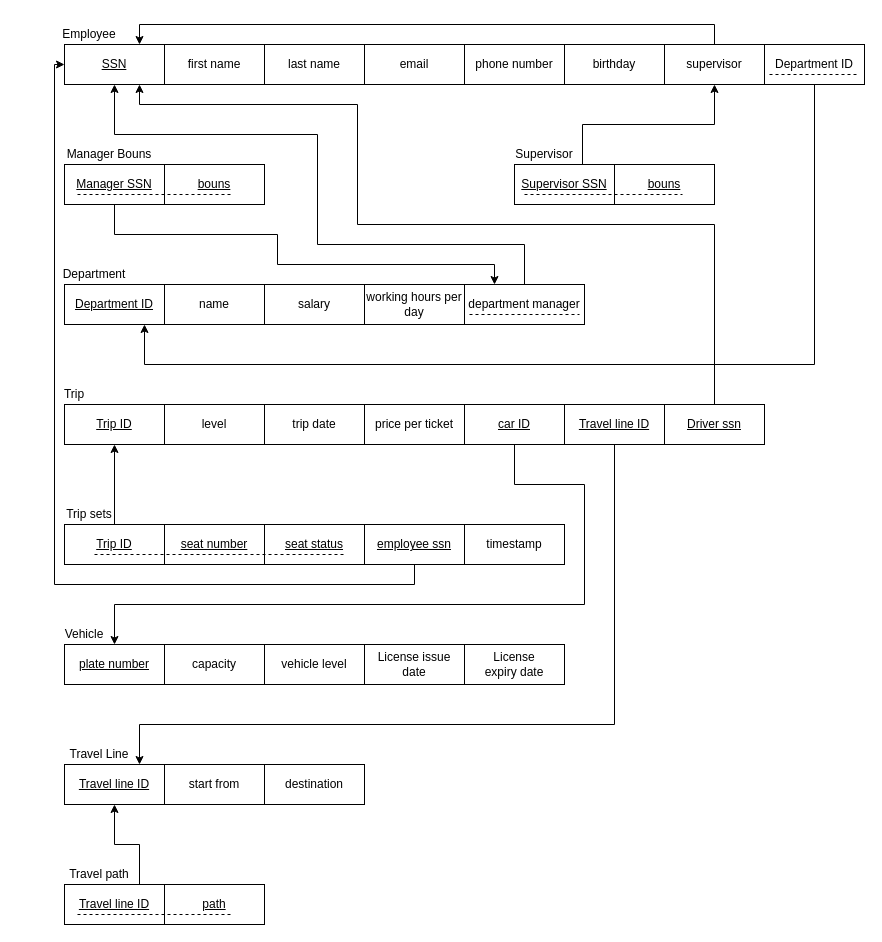
This is page "Mapping" (2 of 3) of document/database design new.drawio from Marwan-Mamdouh/transportation-company-management-system, a draw.io file, before an edit. Source tidied: cells renumbered, new cells numbered last; positions are measured from the earlier drawing's top-left corner, leaving out a move shared by most shapes. Both pictures are drawn from the tidied source at 100%, with x=0, y=0 at pixel (54, 24).
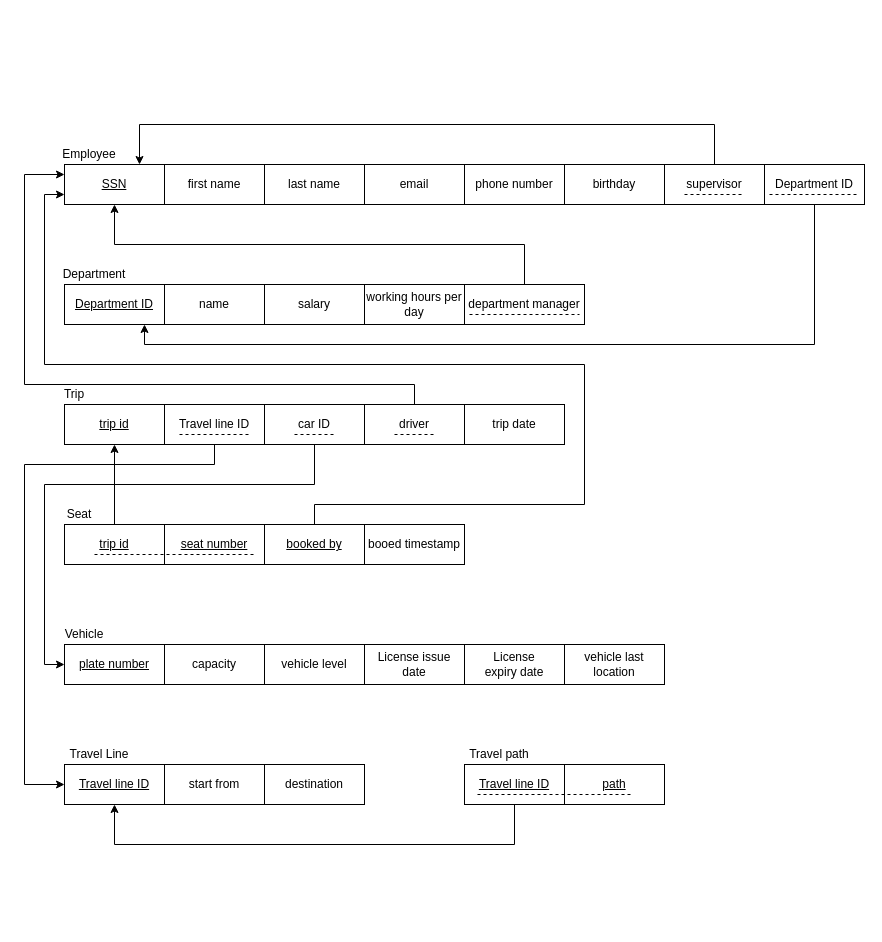
Above is the later version.

The change refers to these unchanged cells:
```xml
<mxCell id="13" value="Department ID" style="whiteSpace=wrap;html=1;align=center;fontStyle=4;" parent="1" vertex="1">
  <mxGeometry x="10" y="260" width="100" height="40" as="geometry" />
</mxCell>
<mxCell id="18" value="department manager" style="whiteSpace=wrap;html=1;align=center;" parent="1" vertex="1">
  <mxGeometry x="410" y="260" width="120" height="40" as="geometry" />
</mxCell>
<mxCell id="29" value="Travel line ID" style="whiteSpace=wrap;html=1;align=center;fontStyle=4;" parent="1" vertex="1">
  <mxGeometry x="10" y="740" width="100" height="40" as="geometry" />
</mxCell>
<mxCell id="53" value="&lt;u&gt;plate number&lt;/u&gt;" style="whiteSpace=wrap;html=1;align=center;" parent="1" vertex="1">
  <mxGeometry x="10" y="620" width="100" height="40" as="geometry" />
</mxCell>
```

Change to the diagram source:
```diff
@@
     <mxCell id="2" value="SSN" style="whiteSpace=wrap;html=1;align=center;fontStyle=4;" parent="1" vertex="1">
-      <mxGeometry x="10" y="20" width="100" height="40" as="geometry" />
+      <mxGeometry x="10" y="140" width="100" height="40" as="geometry" />
     </mxCell>
     <mxCell id="3" value="first name" style="whiteSpace=wrap;html=1;align=center;" parent="1" vertex="1">
-      <mxGeometry x="110" y="20" width="100" height="40" as="geometry" />
+      <mxGeometry x="110" y="140" width="100" height="40" as="geometry" />
     </mxCell>
     <mxCell id="4" value="last name" style="whiteSpace=wrap;html=1;align=center;" parent="1" vertex="1">
-      <mxGeometry x="210" y="20" width="100" height="40" as="geometry" />
+      <mxGeometry x="210" y="140" width="100" height="40" as="geometry" />
     </mxCell>
     <mxCell id="5" value="email" style="whiteSpace=wrap;html=1;align=center;" parent="1" vertex="1">
-      <mxGeometry x="310" y="20" width="100" height="40" as="geometry" />
+      <mxGeometry x="310" y="140" width="100" height="40" as="geometry" />
     </mxCell>
     <mxCell id="6" value="phone number" style="whiteSpace=wrap;html=1;align=center;" parent="1" vertex="1">
-      <mxGeometry x="410" y="20" width="100" height="40" as="geometry" />
+      <mxGeometry x="410" y="140" width="100" height="40" as="geometry" />
     </mxCell>
     <mxCell id="7" value="birthday" style="whiteSpace=wrap;html=1;align=center;" parent="1" vertex="1">
-      <mxGeometry x="510" y="20" width="100" height="40" as="geometry" />
+      <mxGeometry x="510" y="140" width="100" height="40" as="geometry" />
     </mxCell>
     <mxCell id="8" value="Employee" style="text;html=1;align=center;verticalAlign=middle;whiteSpace=wrap;rounded=0;" parent="1" vertex="1">
-      <mxGeometry x="10" width="50" height="20" as="geometry" />
+      <mxGeometry x="10" y="120" width="50" height="20" as="geometry" />
     </mxCell>
     <mxCell id="9" style="edgeStyle=orthogonalEdgeStyle;rounded=0;jettySize=auto;html=1;entryX=0.75;entryY=0;entryDx=0;entryDy=0;" parent="1" edge="1" source="10" target="2">
       <mxGeometry relative="1" as="geometry">
         <Array as="points">
-          <mxPoint x="660" />
-          <mxPoint x="85" />
+          <mxPoint x="660" y="100" />
+          <mxPoint x="85" y="100" />
         </Array>
       </mxGeometry>
     </mxCell>
     <mxCell id="10" value="supervisor" style="whiteSpace=wrap;html=1;align=center;" parent="1" vertex="1">
-      <mxGeometry x="610" y="20" width="100" height="40" as="geometry" />
+      <mxGeometry x="610" y="140" width="100" height="40" as="geometry" />
     </mxCell>
     <mxCell id="11" style="edgeStyle=orthogonalEdgeStyle;rounded=0;jettySize=auto;html=1;" parent="1" edge="1" source="12" target="13">
       <mxGeometry relative="1" as="geometry">
         <Array as="points">
-          <mxPoint x="760" y="340" />
-          <mxPoint x="90" y="340" />
+          <mxPoint x="760" y="320" />
+          <mxPoint x="90" y="320" />
         </Array>
       </mxGeometry>
     </mxCell>
     <mxCell id="12" value="Department ID" style="whiteSpace=wrap;html=1;align=center;" parent="1" vertex="1">
-      <mxGeometry x="710" y="20" width="100" height="40" as="geometry" />
+      <mxGeometry x="710" y="140" width="100" height="40" as="geometry" />
     </mxCell>
@@
     <mxCell id="17" style="edgeStyle=orthogonalEdgeStyle;rounded=0;jettySize=auto;html=1;" parent="1" edge="1" source="18">
       <mxGeometry relative="1" as="geometry">
-        <mxPoint x="60" y="60" as="targetPoint" />
+        <mxPoint x="60" y="180" as="targetPoint" />
         <Array as="points">
           <mxPoint x="470" y="220" />
-          <mxPoint x="263" y="220" />
-          <mxPoint x="263" y="110" />
-          <mxPoint x="60" y="110" />
+          <mxPoint x="60" y="220" />
         </Array>
       </mxGeometry>
     </mxCell>
@@
-    <mxCell id="20" value="Trip ID" style="whiteSpace=wrap;html=1;align=center;fontStyle=4;" parent="1" vertex="1">
-      <mxGeometry x="10" y="380" width="100" height="40" as="geometry" />
-    </mxCell>
-    <mxCell id="21" value="level" style="whiteSpace=wrap;html=1;align=center;" parent="1" vertex="1">
-      <mxGeometry x="110" y="380" width="100" height="40" as="geometry" />
-    </mxCell>
-    <mxCell id="22" value="trip date" style="whiteSpace=wrap;html=1;align=center;" parent="1" vertex="1">
-      <mxGeometry x="210" y="380" width="100" height="40" as="geometry" />
-    </mxCell>
@@
     <mxCell id="32" value="&lt;u&gt;path&lt;/u&gt;" style="whiteSpace=wrap;html=1;align=center;" parent="1" vertex="1">
-      <mxGeometry x="110" y="860" width="100" height="40" as="geometry" />
+      <mxGeometry x="510" y="740" width="100" height="40" as="geometry" />
     </mxCell>
@@
-    <mxCell id="34" style="edgeStyle=orthogonalEdgeStyle;rounded=0;jettySize=auto;html=1;exitX=0.75;exitY=0;exitDx=0;exitDy=0;entryX=0.5;entryY=1;entryDx=0;entryDy=0;" parent="1" edge="1" source="35" target="10">
-      <mxGeometry relative="1" as="geometry">
-        <Array as="points">
-          <mxPoint x="528" y="140" />
-          <mxPoint x="528" y="100" />
-          <mxPoint x="660" y="100" />
-        </Array>
-      </mxGeometry>
-    </mxCell>
-    <mxCell id="35" value="Supervisor SSN" style="whiteSpace=wrap;html=1;align=center;fontStyle=4;" parent="1" vertex="1">
-      <mxGeometry x="460" y="140" width="100" height="40" as="geometry" />
-    </mxCell>
-    <mxCell id="36" value="&lt;u&gt;bouns&lt;/u&gt;" style="whiteSpace=wrap;html=1;align=center;" parent="1" vertex="1">
-      <mxGeometry x="560" y="140" width="100" height="40" as="geometry" />
-    </mxCell>
-    <mxCell id="37" value="Supervisor" style="text;html=1;align=center;verticalAlign=middle;whiteSpace=wrap;rounded=0;" parent="1" vertex="1">
-      <mxGeometry x="460" y="120" width="60" height="20" as="geometry" />
-    </mxCell>
-    <mxCell id="38" style="edgeStyle=orthogonalEdgeStyle;rounded=0;jettySize=auto;html=1;entryX=0.25;entryY=0;entryDx=0;entryDy=0;" parent="1" edge="1" source="39" target="18">
-      <mxGeometry relative="1" as="geometry">
-        <Array as="points">
-          <mxPoint x="60" y="210" />
-          <mxPoint x="223" y="210" />
-          <mxPoint x="223" y="240" />
-          <mxPoint x="440" y="240" />
-        </Array>
-      </mxGeometry>
-    </mxCell>
-    <mxCell id="39" value="Manager SSN" style="whiteSpace=wrap;html=1;align=center;fontStyle=4;" parent="1" vertex="1">
-      <mxGeometry x="10" y="140" width="100" height="40" as="geometry" />
-    </mxCell>
-    <mxCell id="40" value="&lt;u&gt;bouns&lt;/u&gt;" style="whiteSpace=wrap;html=1;align=center;" parent="1" vertex="1">
-      <mxGeometry x="110" y="140" width="100" height="40" as="geometry" />
-    </mxCell>
-    <mxCell id="41" value="Manager Bouns" style="text;html=1;align=center;verticalAlign=middle;whiteSpace=wrap;rounded=0;" parent="1" vertex="1">
-      <mxGeometry x="10" y="120" width="90" height="20" as="geometry" />
-    </mxCell>
-    <mxCell id="42" style="edgeStyle=orthogonalEdgeStyle;rounded=0;jettySize=auto;html=1;entryX=0.5;entryY=0;entryDx=0;entryDy=0;" parent="1" edge="1" source="43" target="53">
+    <mxCell id="42" style="edgeStyle=orthogonalEdgeStyle;rounded=0;jettySize=auto;html=1;entryX=0;entryY=0.5;entryDx=0;entryDy=0;exitX=0.5;exitY=1;exitDx=0;exitDy=0;" parent="1" edge="1" source="43" target="53">
       <mxGeometry relative="1" as="geometry">
         <Array as="points">
-          <mxPoint x="460" y="460" />
-          <mxPoint x="530" y="460" />
-          <mxPoint x="530" y="580" />
-          <mxPoint x="60" y="580" />
+          <mxPoint x="260" y="460" />
+          <mxPoint x="-10" y="460" />
+          <mxPoint x="-10" y="640" />
         </Array>
       </mxGeometry>
     </mxCell>
-    <mxCell id="43" value="car ID" style="whiteSpace=wrap;html=1;align=center;fontStyle=4;" parent="1" vertex="1">
-      <mxGeometry x="410" y="380" width="100" height="40" as="geometry" />
+    <mxCell id="43" value="car ID" style="whiteSpace=wrap;html=1;align=center;fontStyle=0;" parent="1" vertex="1">
+      <mxGeometry x="210" y="380" width="100" height="40" as="geometry" />
     </mxCell>
-    <mxCell id="44" value="price per ticket" style="whiteSpace=wrap;html=1;align=center;" parent="1" vertex="1">
-      <mxGeometry x="310" y="380" width="100" height="40" as="geometry" />
-    </mxCell>
-    <mxCell id="45" style="edgeStyle=orthogonalEdgeStyle;rounded=0;jettySize=auto;html=1;entryX=0.75;entryY=0;entryDx=0;entryDy=0;" parent="1" edge="1" source="46" target="29">
+    <mxCell id="45" style="edgeStyle=orthogonalEdgeStyle;rounded=0;jettySize=auto;html=1;exitX=0.5;exitY=1;exitDx=0;exitDy=0;entryX=0;entryY=0.5;entryDx=0;entryDy=0;" parent="1" edge="1" source="46" target="29">
       <mxGeometry relative="1" as="geometry">
         <Array as="points">
-          <mxPoint x="560" y="700" />
-          <mxPoint x="85" y="700" />
+          <mxPoint x="160" y="440" />
+          <mxPoint x="-30" y="440" />
+          <mxPoint x="-30" y="760" />
         </Array>
       </mxGeometry>
     </mxCell>
-    <mxCell id="46" value="Travel line ID" style="whiteSpace=wrap;html=1;align=center;fontStyle=4;" parent="1" vertex="1">
-      <mxGeometry x="510" y="380" width="100" height="40" as="geometry" />
+    <mxCell id="46" value="Travel line ID" style="whiteSpace=wrap;html=1;align=center;fontStyle=0;" parent="1" vertex="1">
+      <mxGeometry x="110" y="380" width="100" height="40" as="geometry" />
     </mxCell>
-    <mxCell id="47" style="edgeStyle=orthogonalEdgeStyle;rounded=0;jettySize=auto;html=1;entryX=0.75;entryY=1;entryDx=0;entryDy=0;exitX=0.5;exitY=0;exitDx=0;exitDy=0;" parent="1" edge="1" source="48" target="2">
-      <mxGeometry relative="1" as="geometry">
-        <Array as="points">
-          <mxPoint x="660" y="200" />
-          <mxPoint x="303" y="200" />
-          <mxPoint x="303" y="80" />
-          <mxPoint x="85" y="80" />
-        </Array>
-      </mxGeometry>
-    </mxCell>
-    <mxCell id="48" value="Driver ssn" style="whiteSpace=wrap;html=1;align=center;fontStyle=4;" parent="1" vertex="1">
-      <mxGeometry x="610" y="380" width="100" height="40" as="geometry" />
-    </mxCell>
@@
     <mxCell id="50" style="endArrow=none;dashed=1;html=1;rounded=0;" parent="1" edge="1">
       <mxGeometry relative="1" as="geometry">
-        <mxPoint x="715" y="50" as="sourcePoint" />
-        <mxPoint x="805" y="50" as="targetPoint" />
+        <mxPoint x="715" y="170" as="sourcePoint" />
+        <mxPoint x="805" y="170" as="targetPoint" />
       </mxGeometry>
     </mxCell>
-    <mxCell id="51" style="endArrow=none;dashed=1;html=1;rounded=0;" parent="1" edge="1">
-      <mxGeometry relative="1" as="geometry">
-        <mxPoint x="470" y="170" as="sourcePoint" />
-        <mxPoint x="628" y="170" as="targetPoint" />
-      </mxGeometry>
-    </mxCell>
-    <mxCell id="52" style="endArrow=none;dashed=1;html=1;rounded=0;" parent="1" edge="1">
-      <mxGeometry relative="1" as="geometry">
-        <mxPoint x="23" y="170" as="sourcePoint" />
-        <mxPoint x="176" y="170" as="targetPoint" />
-      </mxGeometry>
-    </mxCell>
@@
-    <mxCell id="54" style="edgeStyle=orthogonalEdgeStyle;rounded=0;jettySize=auto;html=1;entryX=0.5;entryY=1;entryDx=0;entryDy=0;exitX=0.75;exitY=0;exitDx=0;exitDy=0;" parent="1" edge="1" source="55" target="29">
-      <mxGeometry relative="1" as="geometry" />
+    <mxCell id="54" style="edgeStyle=orthogonalEdgeStyle;rounded=0;jettySize=auto;html=1;entryX=0.5;entryY=1;entryDx=0;entryDy=0;exitX=0.5;exitY=1;exitDx=0;exitDy=0;" parent="1" edge="1" source="55" target="29">
+      <mxGeometry relative="1" as="geometry">
+        <Array as="points">
+          <mxPoint x="460" y="820" />
+          <mxPoint x="60" y="820" />
+        </Array>
+      </mxGeometry>
     </mxCell>
     <mxCell id="55" value="Travel line ID" style="whiteSpace=wrap;html=1;align=center;fontStyle=4;" parent="1" vertex="1">
-      <mxGeometry x="10" y="860" width="100" height="40" as="geometry" />
+      <mxGeometry x="410" y="740" width="100" height="40" as="geometry" />
     </mxCell>
@@
-    <mxCell id="57" value="Trip sets" style="text;html=1;align=center;verticalAlign=middle;whiteSpace=wrap;rounded=0;" parent="1" vertex="1">
-      <mxGeometry x="10" y="480" width="50" height="20" as="geometry" />
+    <mxCell id="57" value="Seat" style="text;html=1;align=center;verticalAlign=middle;whiteSpace=wrap;rounded=0;" parent="1" vertex="1">
+      <mxGeometry x="10" y="480" width="30" height="20" as="geometry" />
     </mxCell>
-    <mxCell id="58" style="edgeStyle=orthogonalEdgeStyle;rounded=0;jettySize=auto;html=1;entryX=0.5;entryY=1;entryDx=0;entryDy=0;" parent="1" edge="1" source="59" target="20">
-      <mxGeometry relative="1" as="geometry" />
-    </mxCell>
-    <mxCell id="59" value="&lt;span style=&quot;text-decoration-line: underline;&quot;&gt;Trip ID&lt;/span&gt;" style="whiteSpace=wrap;html=1;align=center;" parent="1" vertex="1">
-      <mxGeometry x="10" y="500" width="100" height="40" as="geometry" />
-    </mxCell>
     <mxCell id="60" value="Travel path" style="text;html=1;align=center;verticalAlign=middle;whiteSpace=wrap;rounded=0;" parent="1" vertex="1">
-      <mxGeometry x="10" y="840" width="70" height="20" as="geometry" />
+      <mxGeometry x="410" y="720" width="70" height="20" as="geometry" />
     </mxCell>
-    <mxCell id="61" value="seat status" style="whiteSpace=wrap;html=1;align=center;fontStyle=4;" parent="1" vertex="1">
-      <mxGeometry x="210" y="500" width="100" height="40" as="geometry" />
-    </mxCell>
     <mxCell id="62" style="endArrow=none;dashed=1;html=1;rounded=0;" parent="1" edge="1">
       <mxGeometry relative="1" as="geometry">
-        <mxPoint x="23" y="890" as="sourcePoint" />
-        <mxPoint x="176" y="890" as="targetPoint" />
+        <mxPoint x="423" y="770" as="sourcePoint" />
+        <mxPoint x="576" y="770" as="targetPoint" />
       </mxGeometry>
     </mxCell>
-    <mxCell id="63" style="endArrow=none;dashed=1;html=1;rounded=0;" parent="1" edge="1">
-      <mxGeometry relative="1" as="geometry">
-        <mxPoint x="40" y="530" as="sourcePoint" />
-        <mxPoint x="290" y="530" as="targetPoint" />
-      </mxGeometry>
-    </mxCell>
-    <mxCell id="64" style="edgeStyle=orthogonalEdgeStyle;rounded=0;jettySize=auto;html=1;entryX=0;entryY=0.5;entryDx=0;entryDy=0;" parent="1" edge="1" source="65" target="2">
-      <mxGeometry relative="1" as="geometry">
-        <Array as="points">
-          <mxPoint x="360" y="560" />
-          <mxPoint y="560" />
-          <mxPoint y="40" />
-        </Array>
-      </mxGeometry>
-    </mxCell>
-    <mxCell id="65" value="&lt;u&gt;employee ssn&lt;/u&gt;" style="whiteSpace=wrap;html=1;align=center;" parent="1" vertex="1">
-      <mxGeometry x="310" y="500" width="100" height="40" as="geometry" />
-    </mxCell>
-    <mxCell id="66" value="timestamp" style="whiteSpace=wrap;html=1;align=center;" parent="1" vertex="1">
-      <mxGeometry x="410" y="500" width="100" height="40" as="geometry" />
-    </mxCell>
+    <mxCell id="67" style="endArrow=none;dashed=1;html=1;rounded=0;" parent="1" edge="1">
+      <mxGeometry relative="1" as="geometry">
+        <mxPoint x="630" y="170" as="sourcePoint" />
+        <mxPoint x="690" y="170" as="targetPoint" />
+      </mxGeometry>
+    </mxCell>
+    <mxCell id="22" value="trip date" style="whiteSpace=wrap;html=1;align=center;fontStyle=0;labelBackgroundColor=none;" parent="1" vertex="1">
+      <mxGeometry x="410" y="380" width="100" height="40" as="geometry" />
+    </mxCell>
+    <mxCell id="68" value="vehicle last location" style="whiteSpace=wrap;html=1;align=center;" parent="1" vertex="1">
+      <mxGeometry x="510" y="620" width="100" height="40" as="geometry" />
+    </mxCell>
+    <mxCell id="69" style="edgeStyle=orthogonalEdgeStyle;rounded=0;jettySize=auto;html=1;entryX=0;entryY=0.25;entryDx=0;entryDy=0;" parent="1" edge="1" source="70" target="2">
+      <mxGeometry relative="1" as="geometry">
+        <Array as="points">
+          <mxPoint x="360" y="360" />
+          <mxPoint x="-30" y="360" />
+          <mxPoint x="-30" y="150" />
+        </Array>
+      </mxGeometry>
+    </mxCell>
+    <mxCell id="70" value="driver" style="whiteSpace=wrap;html=1;align=center;fontStyle=0;" parent="1" vertex="1">
+      <mxGeometry x="310" y="380" width="100" height="40" as="geometry" />
+    </mxCell>
+    <mxCell id="71" style="edgeStyle=orthogonalEdgeStyle;rounded=0;jettySize=auto;html=1;entryX=0;entryY=0.75;entryDx=0;entryDy=0;" parent="1" edge="1" source="72" target="2">
+      <mxGeometry relative="1" as="geometry">
+        <Array as="points">
+          <mxPoint x="260" y="480" />
+          <mxPoint x="530" y="480" />
+          <mxPoint x="530" y="340" />
+          <mxPoint x="-10" y="340" />
+          <mxPoint x="-10" y="170" />
+        </Array>
+      </mxGeometry>
+    </mxCell>
+    <mxCell id="72" value="booked by" style="whiteSpace=wrap;html=1;align=center;fontStyle=4;" parent="1" vertex="1">
+      <mxGeometry x="210" y="500" width="100" height="40" as="geometry" />
+    </mxCell>
+    <mxCell id="73" value="trip id" style="whiteSpace=wrap;html=1;align=center;fontStyle=4;" parent="1" vertex="1">
+      <mxGeometry x="10" y="380" width="100" height="40" as="geometry" />
+    </mxCell>
+    <mxCell id="74" style="edgeStyle=orthogonalEdgeStyle;rounded=0;jettySize=auto;html=1;entryX=0.5;entryY=1;entryDx=0;entryDy=0;" parent="1" edge="1" source="75" target="73">
+      <mxGeometry relative="1" as="geometry" />
+    </mxCell>
+    <mxCell id="75" value="trip id" style="whiteSpace=wrap;html=1;align=center;fontStyle=4;" parent="1" vertex="1">
+      <mxGeometry x="10" y="500" width="100" height="40" as="geometry" />
+    </mxCell>
+    <mxCell id="76" value="booed timestamp" style="whiteSpace=wrap;html=1;align=center;" parent="1" vertex="1">
+      <mxGeometry x="310" y="500" width="100" height="40" as="geometry" />
+    </mxCell>
+    <mxCell id="77" style="endArrow=none;dashed=1;html=1;rounded=0;" parent="1" edge="1">
+      <mxGeometry relative="1" as="geometry">
+        <mxPoint x="40" y="530" as="sourcePoint" />
+        <mxPoint x="200" y="530" as="targetPoint" />
+      </mxGeometry>
+    </mxCell>
+    <mxCell id="78" style="endArrow=none;dashed=1;html=1;rounded=0;" parent="1" edge="1">
+      <mxGeometry relative="1" as="geometry">
+        <mxPoint x="340" y="410" as="sourcePoint" />
+        <mxPoint x="380" y="410" as="targetPoint" />
+      </mxGeometry>
+    </mxCell>
+    <mxCell id="79" style="endArrow=none;dashed=1;html=1;rounded=0;" parent="1" edge="1">
+      <mxGeometry relative="1" as="geometry">
+        <mxPoint x="125" y="410" as="sourcePoint" />
+        <mxPoint x="195" y="410" as="targetPoint" />
+      </mxGeometry>
+    </mxCell>
+    <mxCell id="80" style="endArrow=none;dashed=1;html=1;rounded=0;" parent="1" edge="1">
+      <mxGeometry relative="1" as="geometry">
+        <mxPoint x="240" y="410" as="sourcePoint" />
+        <mxPoint x="280" y="410" as="targetPoint" />
+      </mxGeometry>
+    </mxCell>
```
